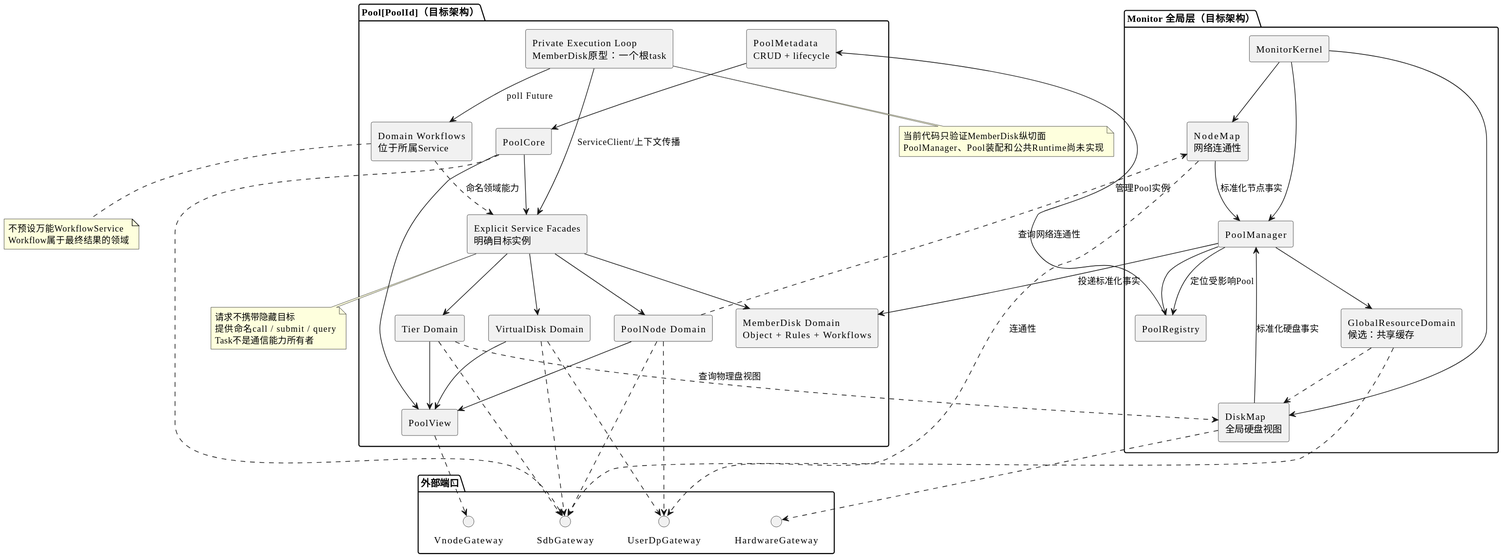
The PlantUML diagram docs/assets/control-plane-components.svg in limushu/runtime, before a commit.
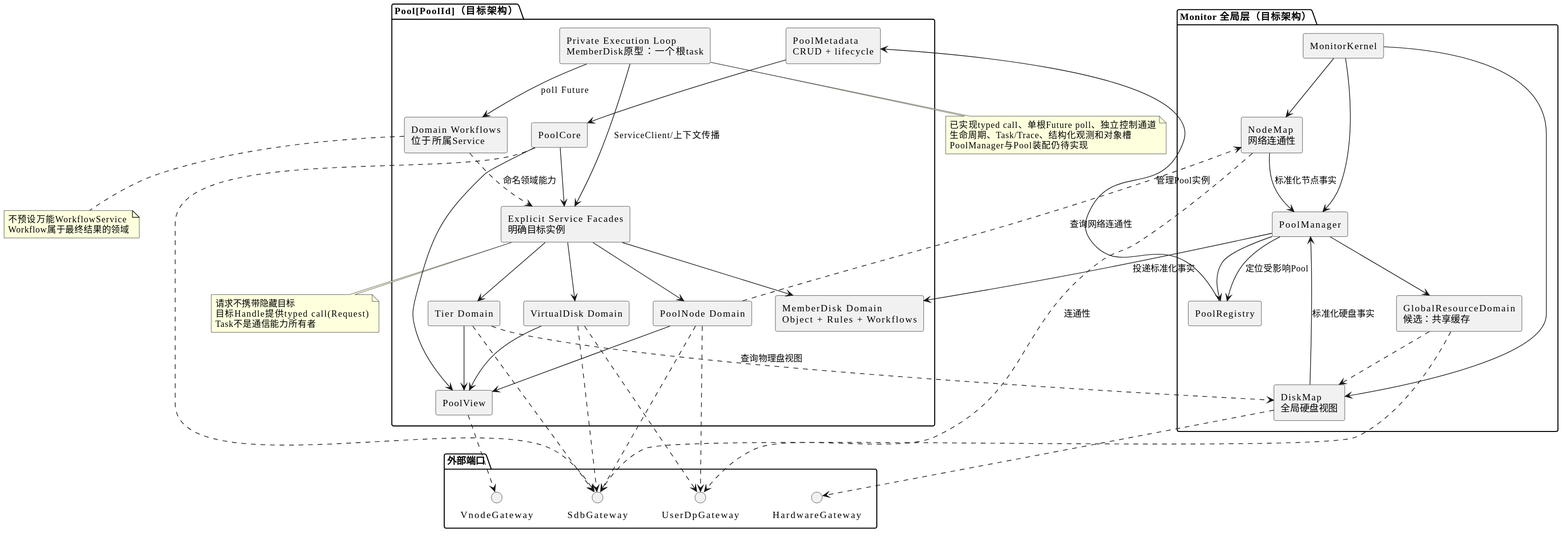
After the change.

What changed in the source:
```diff
@@ -79,12 +79,13 @@
 
 note bottom of Facades
 请求不携带隐藏目标
-提供命名call / submit / query
+目标Handle提供typed call(Request)
 Task不是通信能力所有者
 end note
 
 note bottom of ServiceRuntime
-当前代码只验证MemberDisk纵切面
-PoolManager、Pool装配和公共Runtime尚未实现
+已实现typed call、单根Future poll、独立控制通道
+生命周期、Task/Trace、结构化观测和对象槽
+PoolManager与Pool装配仍待实现
 end note
 @enduml
```
